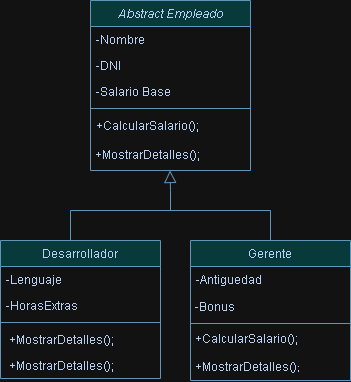
BraianGzz/Progr2024 keeps this draw.io diagram as src/Programacion2024/DiagramaEmpleado.drawio.png. Above is the earlier version. Source tidied: cells renumbered, new cells last; positions are measured from the earlier drawing's top-left corner, leaving out a move shared by most shapes.
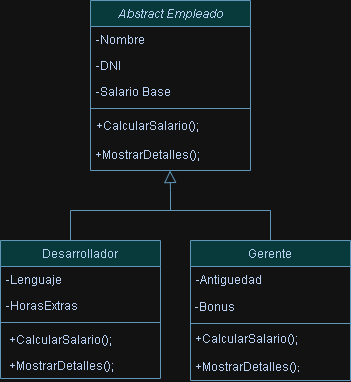
After the change.

The edit, as a diff of the source:
```diff
@@ -38,7 +38,7 @@
     <mxCell id="13" style="line;html=1;strokeWidth=1;align=left;verticalAlign=middle;spacingTop=-1;spacingLeft=3;spacingRight=3;labelPosition=right;labelBackgroundColor=none;fillColor=#A8DADC;strokeColor=#457B9D;fontColor=#1D3557;" parent="10" vertex="1">
       <mxGeometry y="78" width="160" height="8" as="geometry" />
     </mxCell>
-    <mxCell id="14" value=" +MostrarDetalles();" style="text;align=left;verticalAlign=top;spacingLeft=4;spacingRight=4;overflow=hidden;fontStyle=0;labelBackgroundColor=none;fontColor=#1D3557;" parent="10" vertex="1">
+    <mxCell id="14" value=" +CalcularSalario();" style="text;align=left;verticalAlign=top;spacingLeft=4;spacingRight=4;overflow=hidden;fontStyle=0;labelBackgroundColor=none;fontColor=#1D3557;" parent="10" vertex="1">
       <mxGeometry y="86" width="160" height="26" as="geometry" />
     </mxCell>
     <mxCell id="15" value=" +MostrarDetalles();" style="text;align=left;verticalAlign=top;spacingLeft=4;spacingRight=4;overflow=hidden;labelBackgroundColor=none;fontColor=#1D3557;" parent="10" vertex="1">
```
